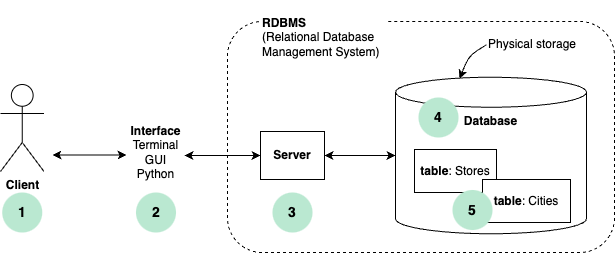
This is co1/sql-server-client.drawio.png from pyville-dotcom/datasets, a draw.io export, as it was before one commit. Source tidied: cells renumbered, new cells last; positions are measured from the earlier drawing's top-left corner, leaving out a move shared by most shapes.
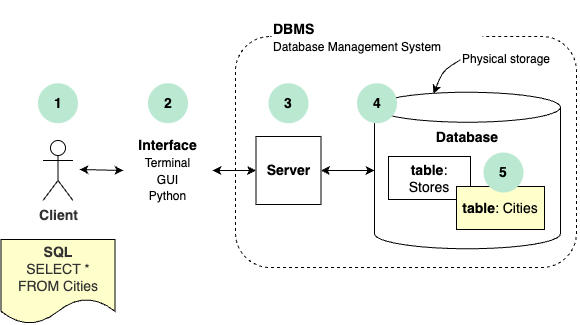
After the commit.

The edit, as a diff of the source:
```diff
@@ -2,69 +2,69 @@
   <root>
     <mxCell id="0" />
     <mxCell id="1" parent="0" />
-    <mxCell id="2" style="rounded=1;whiteSpace=wrap;html=1;fillColor=none;dashed=1;fontStyle=0;" parent="1" vertex="1">
-      <mxGeometry x="227" y="21" width="387" height="231" as="geometry" />
+    <mxCell id="2" style="rounded=1;whiteSpace=wrap;html=1;fillColor=none;dashed=1;fontStyle=0;fontSize=14;" parent="1" vertex="1">
+      <mxGeometry x="227" y="21" width="341" height="231" as="geometry" />
     </mxCell>
-    <mxCell id="3" value="Client" style="shape=umlActor;verticalLabelPosition=bottom;verticalAlign=top;html=1;fontStyle=1;" parent="1" vertex="1">
-      <mxGeometry y="84" width="43.5" height="87" as="geometry" />
-    </mxCell>
-    <mxCell id="4" value="&lt;b&gt;RDBMS&lt;/b&gt;&lt;br&gt;(Relational Database Management System)" style="text;html=1;strokeColor=none;fillColor=default;align=left;verticalAlign=middle;whiteSpace=wrap;rounded=0;dashed=1;" parent="1" vertex="1">
-      <mxGeometry x="260" width="127" height="74" as="geometry" />
+    <mxCell id="4" value="&lt;b style=&quot;font-size: 14px;&quot;&gt;DBMS&lt;/b&gt;&lt;br style=&quot;font-size: 14px;&quot;&gt;&lt;font style=&quot;font-size: 12px;&quot;&gt;Database Management System&lt;/font&gt;" style="text;html=1;strokeColor=none;fillColor=default;align=left;verticalAlign=middle;whiteSpace=wrap;rounded=0;dashed=1;fontSize=14;" parent="1" vertex="1">
+      <mxGeometry x="263" y="-15" width="211" height="74" as="geometry" />
     </mxCell>
-    <mxCell id="5" value="Physical storage" style="text;html=1;strokeColor=none;fillColor=none;align=left;verticalAlign=middle;whiteSpace=wrap;rounded=0;dashed=1;" parent="1" vertex="1">
-      <mxGeometry x="486" y="25.7" width="119" height="37" as="geometry" />
+    <mxCell id="5" value="Physical storage" style="text;html=1;strokeColor=none;fillColor=none;align=left;verticalAlign=middle;whiteSpace=wrap;rounded=0;dashed=1;fontSize=12;" parent="1" vertex="1">
+      <mxGeometry x="452" y="25.7" width="119" height="37" as="geometry" />
     </mxCell>
-    <mxCell id="6" style="edgeStyle=none;html=1;startArrow=classic;startFill=1;" parent="1" edge="1" source="8">
-      <mxGeometry relative="1" as="geometry">
-        <mxPoint x="184" y="155" as="targetPoint" />
-      </mxGeometry>
+    <mxCell id="6" style="edgeStyle=none;html=1;startArrow=classic;startFill=1;fontSize=14;entryX=1;entryY=0.5;entryDx=0;entryDy=0;" parent="1" edge="1" source="8" target="10">
+      <mxGeometry relative="1" as="geometry" />
     </mxCell>
-    <mxCell id="7" style="edgeStyle=none;html=1;entryX=0;entryY=0.5;entryDx=0;entryDy=0;entryPerimeter=0;startArrow=classic;startFill=1;" parent="1" edge="1" source="8" target="11">
+    <mxCell id="7" style="edgeStyle=none;html=1;entryX=0;entryY=0.5;entryDx=0;entryDy=0;entryPerimeter=0;startArrow=classic;startFill=1;fontSize=14;" parent="1" edge="1" source="8" target="11">
       <mxGeometry relative="1" as="geometry" />
     </mxCell>
-    <mxCell id="8" value="Server" style="rounded=0;whiteSpace=wrap;html=1;fillColor=none;fontStyle=1;" parent="1" vertex="1">
-      <mxGeometry x="260" y="131" width="64" height="48" as="geometry" />
+    <mxCell id="8" value="Server" style="rounded=0;whiteSpace=wrap;html=1;fillColor=none;fontStyle=1;fontSize=14;" parent="1" vertex="1">
+      <mxGeometry x="247.5" y="121" width="65" height="68" as="geometry" />
     </mxCell>
-    <mxCell id="9" style="edgeStyle=none;html=1;startArrow=classic;startFill=1;" parent="1" edge="1">
+    <mxCell id="9" style="edgeStyle=none;html=1;startArrow=classic;startFill=1;fontSize=14;exitX=0;exitY=0.5;exitDx=0;exitDy=0;" parent="1" edge="1" source="10">
       <mxGeometry relative="1" as="geometry">
-        <mxPoint x="126" y="154.5" as="sourcePoint" />
-        <mxPoint x="52" y="154.5" as="targetPoint" />
+        <mxPoint x="71" y="154" as="targetPoint" />
       </mxGeometry>
     </mxCell>
-    <mxCell id="10" value="&lt;b&gt;Interface&lt;/b&gt;&lt;br&gt;Terminal&lt;br&gt;GUI&lt;br&gt;Python" style="text;html=1;strokeColor=none;fillColor=none;align=center;verticalAlign=middle;whiteSpace=wrap;rounded=0;" parent="1" vertex="1">
-      <mxGeometry x="103" y="84" width="105" height="135" as="geometry" />
+    <mxCell id="10" value="&lt;b style=&quot;font-size: 14px;&quot;&gt;Interface&lt;/b&gt;&lt;br style=&quot;font-size: 14px;&quot;&gt;&lt;font style=&quot;font-size: 12px;&quot;&gt;Terminal&lt;br style=&quot;&quot;&gt;GUI&lt;br style=&quot;&quot;&gt;Python&lt;/font&gt;" style="text;html=1;strokeColor=none;fillColor=none;align=center;verticalAlign=middle;whiteSpace=wrap;rounded=0;fontSize=14;" parent="1" vertex="1">
+      <mxGeometry x="115" y="87.5" width="89" height="135" as="geometry" />
     </mxCell>
-    <mxCell id="11" value="&lt;span&gt;&lt;b&gt;Database&lt;/b&gt;&lt;/span&gt;" style="shape=cylinder3;whiteSpace=wrap;html=1;boundedLbl=1;backgroundOutline=1;size=15;verticalAlign=top;fontStyle=0;" parent="1" vertex="1">
-      <mxGeometry x="395" y="76.7" width="191" height="156.5" as="geometry" />
+    <mxCell id="11" value="&lt;span style=&quot;font-size: 14px;&quot;&gt;&lt;b style=&quot;font-size: 14px;&quot;&gt;Database&lt;/b&gt;&lt;/span&gt;" style="shape=cylinder3;whiteSpace=wrap;html=1;boundedLbl=1;backgroundOutline=1;size=15;verticalAlign=top;fontStyle=0;fontSize=14;" parent="1" vertex="1">
+      <mxGeometry x="366" y="76.7" width="186" height="156.5" as="geometry" />
     </mxCell>
-    <mxCell id="12" style="endArrow=classic;html=1;exitX=0;exitY=0.5;exitDx=0;exitDy=0;entryX=0.25;entryY=0;entryDx=0;entryDy=0;" parent="1" edge="1" source="5">
+    <mxCell id="12" style="endArrow=classic;html=1;exitX=0;exitY=0.5;exitDx=0;exitDy=0;entryX=0.25;entryY=0;entryDx=0;entryDy=0;fontSize=14;" parent="1" edge="1" source="5">
       <mxGeometry relative="1" as="geometry">
-        <mxPoint x="459" y="78.1" as="targetPoint" />
+        <mxPoint x="425" y="78.1" as="targetPoint" />
         <Array as="points">
-          <mxPoint x="468.5" y="55.1" />
+          <mxPoint x="434.5" y="55.1" />
         </Array>
       </mxGeometry>
     </mxCell>
-    <mxCell id="13" value="&lt;b&gt;table&lt;/b&gt;: Stores" style="rounded=0;whiteSpace=wrap;html=1;fillColor=default;fontStyle=0;" parent="1" vertex="1">
-      <mxGeometry x="414" y="149" width="82" height="43" as="geometry" />
+    <mxCell id="13" value="&lt;b style=&quot;font-size: 14px;&quot;&gt;table&lt;/b&gt;: Stores" style="rounded=0;whiteSpace=wrap;html=1;fillColor=default;fontStyle=0;fontSize=14;" parent="1" vertex="1">
+      <mxGeometry x="380" y="141" width="82" height="43" as="geometry" />
     </mxCell>
-    <mxCell id="14" value="&lt;b&gt;table&lt;/b&gt;: Cities" style="rounded=0;whiteSpace=wrap;html=1;fillColor=default;fontStyle=0;" parent="1" vertex="1">
-      <mxGeometry x="482" y="179" width="88" height="43" as="geometry" />
+    <mxCell id="14" value="&lt;b style=&quot;font-size: 14px;&quot;&gt;table&lt;/b&gt;: Cities" style="rounded=0;whiteSpace=wrap;html=1;fillColor=#FFFFCC;fontStyle=0;fontSize=14;" parent="1" vertex="1">
+      <mxGeometry x="448" y="171" width="88" height="43" as="geometry" />
     </mxCell>
     <mxCell id="15" value="1" style="ellipse;whiteSpace=wrap;html=1;strokeColor=none;fillColor=#BAE8D1;fontStyle=1;fontSize=14;" parent="1" vertex="1">
-      <mxGeometry x="1.8" y="192" width="40" height="40" as="geometry" />
+      <mxGeometry x="29.5" y="67.7" width="40" height="40" as="geometry" />
     </mxCell>
     <mxCell id="16" value="2" style="ellipse;whiteSpace=wrap;html=1;strokeColor=none;fillColor=#BAE8D1;fontStyle=1;fontSize=14;" parent="1" vertex="1">
-      <mxGeometry x="135.5" y="192" width="40" height="40" as="geometry" />
+      <mxGeometry x="139.5" y="67.7" width="40" height="40" as="geometry" />
     </mxCell>
     <mxCell id="17" value="3" style="ellipse;whiteSpace=wrap;html=1;strokeColor=none;fillColor=#BAE8D1;fontStyle=1;fontSize=14;" parent="1" vertex="1">
-      <mxGeometry x="272" y="192" width="40" height="40" as="geometry" />
+      <mxGeometry x="260" y="67.7" width="40" height="40" as="geometry" />
     </mxCell>
     <mxCell id="18" value="4" style="ellipse;whiteSpace=wrap;html=1;strokeColor=none;fillColor=#BAE8D1;fontStyle=1;fontSize=14;" parent="1" vertex="1">
-      <mxGeometry x="418" y="97" width="40" height="40" as="geometry" />
+      <mxGeometry x="348.5" y="67.7" width="40" height="40" as="geometry" />
     </mxCell>
     <mxCell id="19" value="5" style="ellipse;whiteSpace=wrap;html=1;strokeColor=none;fillColor=#BAE8D1;fontStyle=1;fontSize=14;" parent="1" vertex="1">
-      <mxGeometry x="452" y="189.5" width="40" height="40" as="geometry" />
+      <mxGeometry x="475" y="137" width="40" height="40" as="geometry" />
     </mxCell>
+    <mxCell id="20" value="&lt;b style=&quot;font-size: 14px;&quot;&gt;SQL&lt;/b&gt;&lt;br style=&quot;font-size: 14px;&quot;&gt;SELECT * &lt;br style=&quot;font-size: 14px;&quot;&gt;FROM Cities" style="shape=document;whiteSpace=wrap;html=1;boundedLbl=1;fontColor=#333333;fillColor=#FFFFCC;fontSize=14;" parent="1" vertex="1">
+      <mxGeometry x="-7.5" y="224" width="114" height="84.5" as="geometry" />
+    </mxCell>
+    <mxCell id="3" value="&lt;b style=&quot;font-size: 14px;&quot;&gt;Client&lt;/b&gt;" style="shape=umlActor;verticalLabelPosition=bottom;verticalAlign=top;html=1;fontColor=#333333;fillColor=none;fontSize=14;" parent="1" vertex="1">
+      <mxGeometry x="34.5" y="125" width="30" height="60" as="geometry" />
+    </mxCell>
   </root>
 </mxGraphModel>
```
